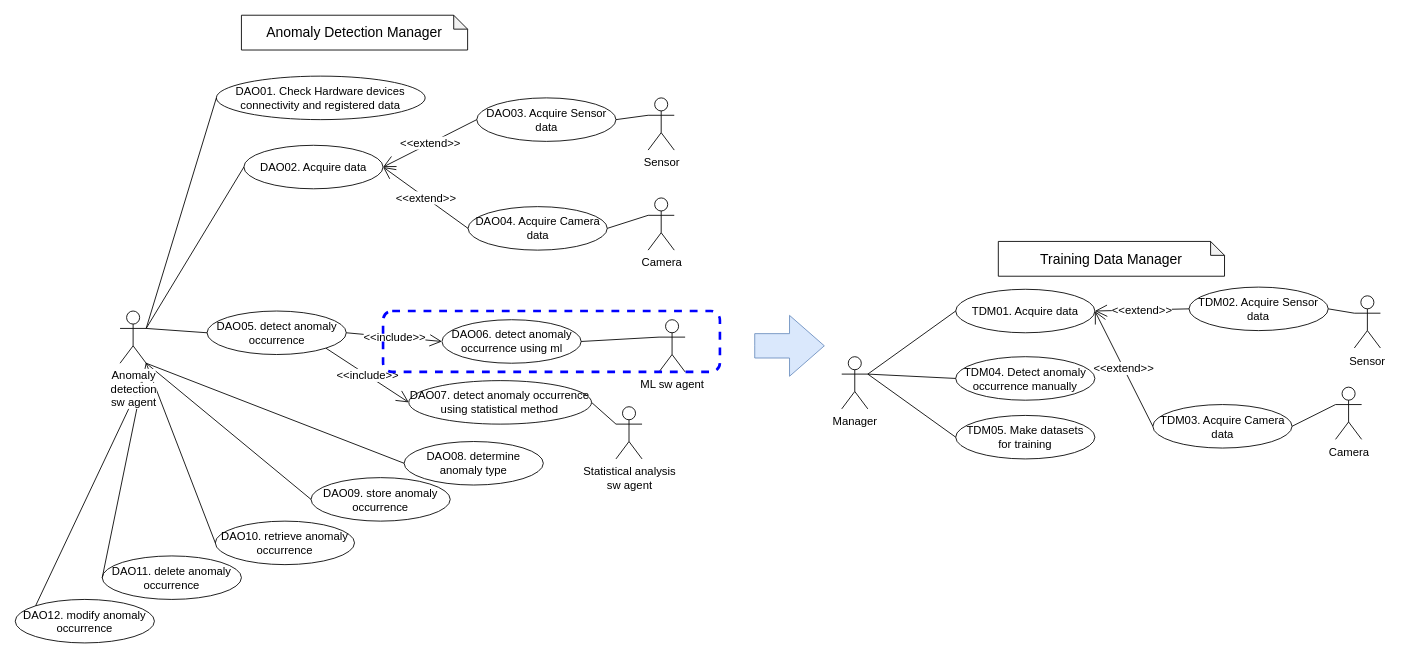
This is detail_control_flow.drawio from ShineSoYoung/TEST, a draw.io file, before an edit. Source tidied: cells renumbered, new cells numbered last; positions are measured from the earlier drawing's top-left corner, leaving out a move shared by most shapes. Both pictures are drawn from the tidied source at 87%, with x=0, y=0 at pixel (15, 15).
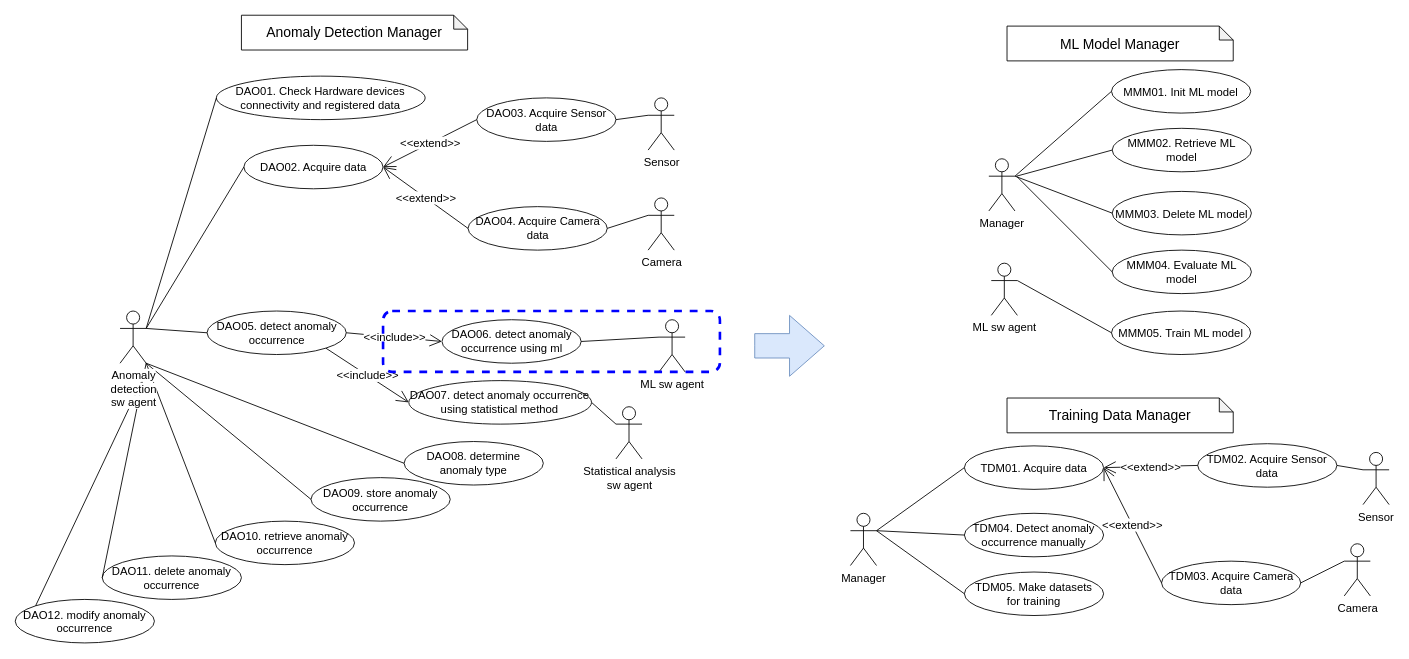
The same diagram, later.

The edit, as a diff of the source:
```diff
@@
     <mxCell id="37" value="TDM03. Acquire Camera data" style="ellipse;whiteSpace=wrap;html=1;fontSize=13;" parent="1" vertex="1">
-      <mxGeometry x="1307.6" y="447.5" width="160" height="50" as="geometry" />
+      <mxGeometry x="1317.6" y="627.5" width="160" height="50" as="geometry" />
     </mxCell>
     <mxCell id="38" value="Camera" style="shape=umlActor;verticalLabelPosition=bottom;verticalAlign=top;html=1;outlineConnect=0;fontSize=13;" parent="1" vertex="1">
-      <mxGeometry x="1517.6" y="427.5" width="30" height="60" as="geometry" />
+      <mxGeometry x="1527.6" y="607.5" width="30" height="60" as="geometry" />
     </mxCell>
@@
     <mxCell id="40" value="Manager" style="shape=umlActor;verticalLabelPosition=bottom;verticalAlign=top;html=1;outlineConnect=0;fontSize=13;" parent="1" vertex="1">
-      <mxGeometry x="950" y="392.5" width="30" height="60" as="geometry" />
+      <mxGeometry x="960" y="572.5" width="30" height="60" as="geometry" />
     </mxCell>
     <mxCell id="41" value="TDM01. Acquire data" style="ellipse;whiteSpace=wrap;html=1;fontSize=13;" parent="1" vertex="1">
-      <mxGeometry x="1081" y="315" width="160" height="50" as="geometry" />
+      <mxGeometry x="1091" y="495" width="160" height="50" as="geometry" />
     </mxCell>
     <mxCell id="42" value="TDM02. Acquire Sensor data" style="ellipse;whiteSpace=wrap;html=1;fontSize=13;" parent="1" vertex="1">
-      <mxGeometry x="1349.2" y="312.5" width="160" height="50" as="geometry" />
+      <mxGeometry x="1359.2" y="492.5" width="160" height="50" as="geometry" />
     </mxCell>
     <mxCell id="43" value="Sensor" style="shape=umlActor;verticalLabelPosition=bottom;verticalAlign=top;html=1;outlineConnect=0;fontSize=13;" parent="1" vertex="1">
-      <mxGeometry x="1539.2" y="322.5" width="30" height="60" as="geometry" />
+      <mxGeometry x="1549.2" y="502.5" width="30" height="60" as="geometry" />
     </mxCell>
@@
     <mxCell id="47" value="TDM04. Detect anomaly occurrence manually" style="ellipse;whiteSpace=wrap;html=1;fontSize=13;" parent="1" vertex="1">
-      <mxGeometry x="1081" y="392.5" width="160" height="50" as="geometry" />
+      <mxGeometry x="1091" y="572.5" width="160" height="50" as="geometry" />
     </mxCell>
     <mxCell id="48" value="TDM05. Make datasets &lt;br style=&quot;font-size: 13px;&quot;&gt;for training" style="ellipse;whiteSpace=wrap;html=1;fontSize=13;" parent="1" vertex="1">
-      <mxGeometry x="1081" y="460" width="160" height="50" as="geometry" />
+      <mxGeometry x="1091" y="640" width="160" height="50" as="geometry" />
     </mxCell>
@@
     <mxCell id="52" value="&lt;span style=&quot;font-size: 16px;&quot;&gt;Training Data Manager&lt;/span&gt;" style="shape=note;whiteSpace=wrap;html=1;backgroundOutline=1;darkOpacity=0.05;size=16;" parent="1" vertex="1">
-      <mxGeometry x="1130" y="260" width="260" height="40" as="geometry" />
+      <mxGeometry x="1140" y="440" width="260" height="40" as="geometry" />
     </mxCell>
@@
+    <mxCell id="54" value="ML sw agent" style="shape=umlActor;verticalLabelPosition=bottom;verticalAlign=top;html=1;outlineConnect=0;fontSize=13;" parent="1" vertex="1">
+      <mxGeometry x="1121.9" y="285" width="30" height="60" as="geometry" />
+    </mxCell>
+    <mxCell id="55" value="MMM05. Train ML model" style="ellipse;whiteSpace=wrap;html=1;fontSize=13;" parent="1" vertex="1">
+      <mxGeometry x="1260.1" y="340" width="160" height="50" as="geometry" />
+    </mxCell>
+    <mxCell id="56" value="MMM02.&amp;nbsp;Retrieve&amp;nbsp;ML model" style="ellipse;whiteSpace=wrap;html=1;fontSize=13;" parent="1" vertex="1">
+      <mxGeometry x="1260.9" y="130" width="160" height="50" as="geometry" />
+    </mxCell>
+    <mxCell id="57" value="MMM03. Delete ML model" style="ellipse;whiteSpace=wrap;html=1;fontSize=13;" parent="1" vertex="1">
+      <mxGeometry x="1260.9" y="202.5" width="160" height="50" as="geometry" />
+    </mxCell>
+    <mxCell id="58" value="MMM01. Init ML model" style="ellipse;whiteSpace=wrap;html=1;fontSize=13;" parent="1" vertex="1">
+      <mxGeometry x="1260.1" y="62.5" width="160" height="50" as="geometry" />
+    </mxCell>
+    <mxCell id="59" value="MMM04. Evaluate ML model" style="ellipse;whiteSpace=wrap;html=1;fontSize=13;" parent="1" vertex="1">
+      <mxGeometry x="1260.9" y="270" width="160" height="50" as="geometry" />
+    </mxCell>
+    <mxCell id="60" value="Manager" style="shape=umlActor;verticalLabelPosition=bottom;verticalAlign=top;html=1;outlineConnect=0;fontSize=13;" parent="1" vertex="1">
+      <mxGeometry x="1119.1" y="165" width="30" height="60" as="geometry" />
+    </mxCell>
+    <mxCell id="61" style="endArrow=none;html=1;rounded=0;exitX=1;exitY=0.3333333333333333;exitDx=0;exitDy=0;exitPerimeter=0;entryX=0;entryY=0.5;entryDx=0;entryDy=0;fontSize=13;" parent="1" edge="1" source="60" target="58">
+      <mxGeometry relative="1" as="geometry" />
+    </mxCell>
+    <mxCell id="62" style="endArrow=none;html=1;rounded=0;entryX=0;entryY=0.5;entryDx=0;entryDy=0;fontSize=13;" parent="1" edge="1" target="56">
+      <mxGeometry relative="1" as="geometry">
+        <mxPoint x="1150.9" y="185" as="sourcePoint" />
+      </mxGeometry>
+    </mxCell>
+    <mxCell id="63" style="endArrow=none;html=1;rounded=0;exitX=1;exitY=0.3333333333333333;exitDx=0;exitDy=0;exitPerimeter=0;entryX=0;entryY=0.5;entryDx=0;entryDy=0;fontSize=13;" parent="1" edge="1" source="60" target="57">
+      <mxGeometry relative="1" as="geometry" />
+    </mxCell>
+    <mxCell id="64" style="endArrow=none;html=1;rounded=0;entryX=0;entryY=0.5;entryDx=0;entryDy=0;fontSize=13;" parent="1" edge="1" target="59">
+      <mxGeometry relative="1" as="geometry">
+        <mxPoint x="1150.9" y="185" as="sourcePoint" />
+      </mxGeometry>
+    </mxCell>
+    <mxCell id="65" style="endArrow=none;html=1;rounded=0;entryX=0;entryY=0.5;entryDx=0;entryDy=0;exitX=1;exitY=0.3333333333333333;exitDx=0;exitDy=0;exitPerimeter=0;fontSize=13;" parent="1" edge="1" source="54" target="55">
+      <mxGeometry relative="1" as="geometry" />
+    </mxCell>
+    <mxCell id="66" value="&lt;span style=&quot;font-size: 16px;&quot;&gt;ML Model Manager&lt;/span&gt;" style="shape=note;whiteSpace=wrap;html=1;backgroundOutline=1;darkOpacity=0.05;size=16;" parent="1" vertex="1">
+      <mxGeometry x="1140" y="12.5" width="260" height="40" as="geometry" />
+    </mxCell>
```
